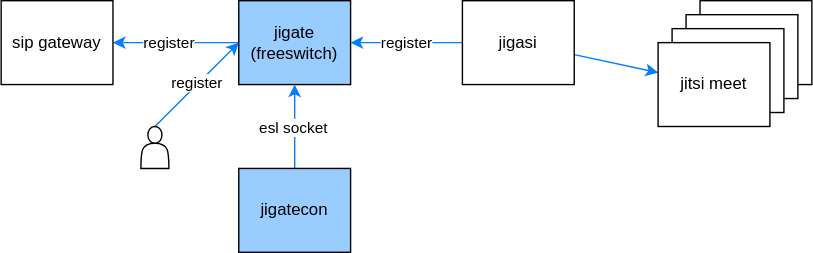
jitsi-contrib/jigate keeps this draw.io diagram as jigate.drawio.svg. Above is the earlier version. Source tidied: cells renumbered, new cells last; positions are measured from the earlier drawing's top-left corner, leaving out a move shared by most shapes.
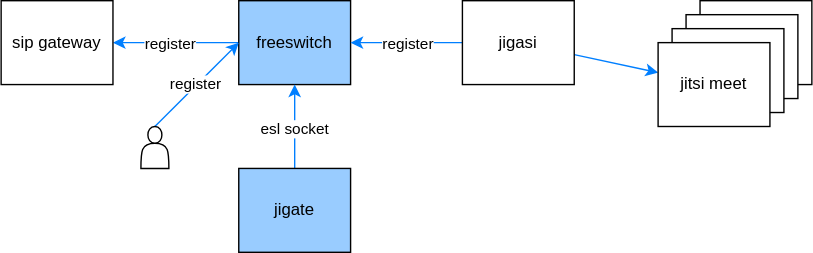
The same file after the commit.

Diff of the diagram source:
```diff
@@ -13,7 +13,7 @@
     <mxCell id="4" value="sip gateway" style="rounded=0;whiteSpace=wrap;html=1;fillColor=#FFFFFF;" parent="1" vertex="1">
       <mxGeometry width="80" height="60" as="geometry" />
     </mxCell>
-    <mxCell id="5" value="jigate&lt;br&gt;(freeswitch)" style="rounded=0;whiteSpace=wrap;html=1;fillColor=#99CCFF;" parent="1" vertex="1">
+    <mxCell id="5" value="freeswitch" style="rounded=0;whiteSpace=wrap;html=1;fillColor=#99CCFF;" parent="1" vertex="1">
       <mxGeometry x="170" width="80" height="60" as="geometry" />
     </mxCell>
     <mxCell id="6" style="edgeStyle=none;html=1;strokeColor=#007FFF;" parent="1" edge="1" source="8" target="5">
@@ -22,7 +22,7 @@
     <mxCell id="7" value="esl socket" style="edgeLabel;html=1;align=center;verticalAlign=middle;" parent="6" vertex="1">
       <mxGeometry x="-0.04" y="1" relative="1" as="geometry" />
     </mxCell>
-    <mxCell id="8" value="jigatecon" style="rounded=0;whiteSpace=wrap;html=1;fillColor=#99CCFF;" parent="1" vertex="1">
+    <mxCell id="8" value="jigate" style="rounded=0;whiteSpace=wrap;html=1;fillColor=#99CCFF;" parent="1" vertex="1">
       <mxGeometry x="170" y="120" width="80" height="60" as="geometry" />
     </mxCell>
     <mxCell id="9" style="edgeStyle=none;html=1;strokeColor=#007FFF;exitX=0.5;exitY=0;exitDx=0;exitDy=0;entryX=0;entryY=0.5;entryDx=0;entryDy=0;" parent="1" edge="1" source="19" target="5">
```
